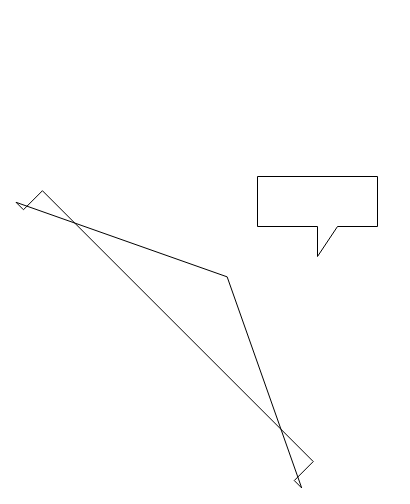
This is page "Page-2" (2 of 2) of Untitled Diagram.drawio from guangliangliang/draw, a draw.io file, before an edit. Source tidied: cells renumbered, new cells numbered last; positions are measured from the earlier drawing's top-left corner, leaving out a move shared by most shapes. Both pictures are drawn from the tidied source at 100%, with x=0, y=0 at pixel (177, 176).
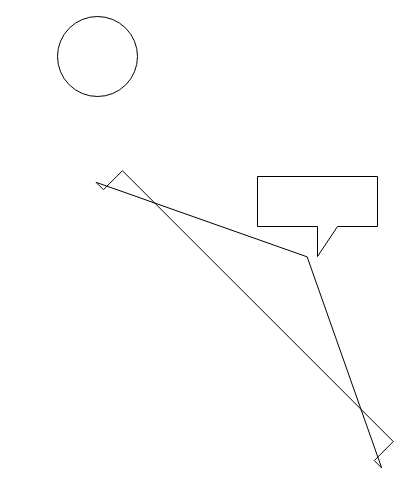
Above is the later version.

Change to the diagram source:
```diff
@@
 <mxGraphModel>
   <root>
     <mxCell id="0" />
     <mxCell id="1" parent="0" />
     <mxCell id="2" style="shape=callout;whiteSpace=wrap;html=1;perimeter=calloutPerimeter;" parent="1" vertex="1">
       <mxGeometry x="80" width="120" height="80" as="geometry" />
     </mxCell>
     <mxCell id="3" style="shape=flexArrow;endArrow=classic;html=1;rounded=0;width=383;endSize=31.86;" parent="1" edge="1">
       <mxGeometry relative="1" as="geometry">
-        <mxPoint y="150" as="sourcePoint" />
-        <mxPoint x="50" y="100" as="targetPoint" />
+        <mxPoint x="80" y="130" as="sourcePoint" />
+        <mxPoint x="130" y="80" as="targetPoint" />
       </mxGeometry>
     </mxCell>
+    <mxCell id="4" style="ellipse;whiteSpace=wrap;html=1;" parent="1" vertex="1">
+      <mxGeometry x="-120" y="-160" width="80" height="80" as="geometry" />
+    </mxCell>
   </root>
 </mxGraphModel>
```
